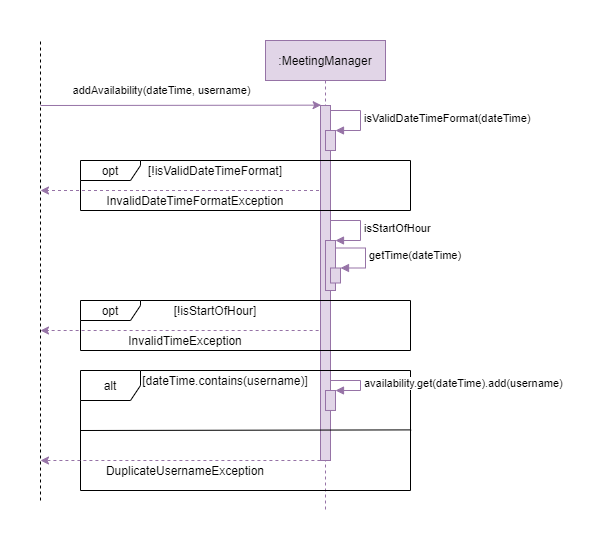
The draw.io diagram docs/developerGuideDiagrams/availableSequenceDiagram.png in theeugenechong/tp, before a commit. Source tidied: cells renumbered, new cells last; positions are measured from the earlier drawing's top-left corner, leaving out a move shared by most shapes.
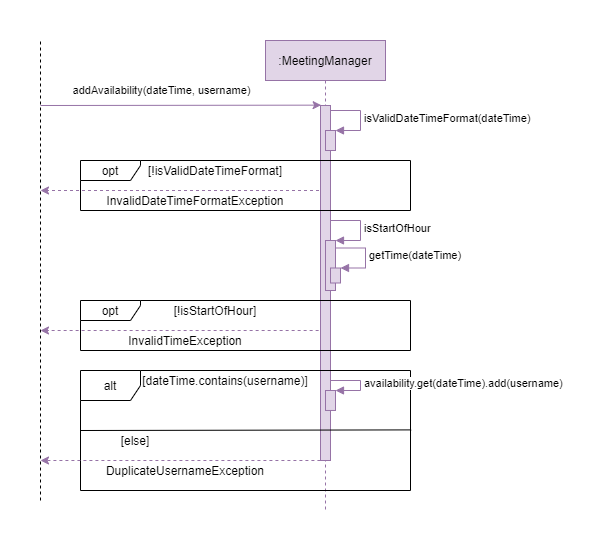
Above is the later version.

Diff of the diagram source:
```diff
@@ -119,5 +119,8 @@
         </Array>
       </mxGeometry>
     </mxCell>
+    <mxCell id="29" value="[else]" style="text;html=1;strokeColor=none;fillColor=none;align=center;verticalAlign=middle;whiteSpace=wrap;rounded=0;" parent="1" vertex="1">
+      <mxGeometry x="80" y="430" width="110" height="20" as="geometry" />
+    </mxCell>
   </root>
 </mxGraphModel>
```
